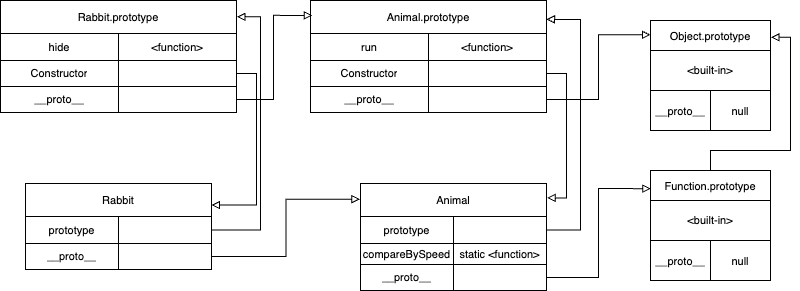
This is imgs/lab6_prob3.png from Chhunneng/CS472, a draw.io export, as it was before one commit. Source tidied: cells renumbered, new cells last; positions are measured from the earlier drawing's top-left corner, leaving out a move shared by most shapes.
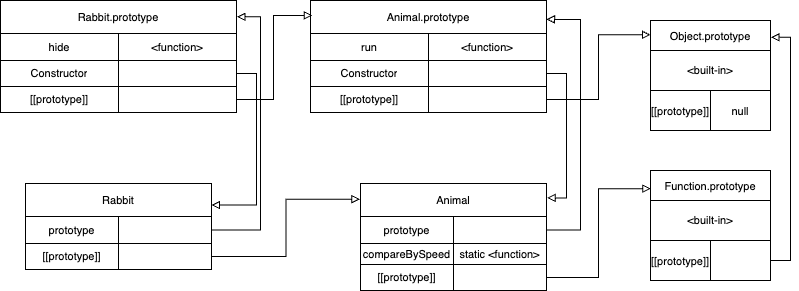
The same diagram one commit later.

What changed in the source:
```diff
@@ -14,7 +14,7 @@
     <mxCell id="5" style="shape=tableRow;horizontal=0;startSize=0;swimlaneHead=0;swimlaneBody=0;strokeColor=inherit;top=0;left=0;bottom=0;right=0;fillColor=none;fontSize=16;" parent="2" vertex="1">
       <mxGeometry y="70" width="120" height="40" as="geometry" />
     </mxCell>
-    <mxCell id="6" value="&lt;font style=&quot;font-size: 11px;&quot;&gt;__proto__&lt;/font&gt;" style="shape=partialRectangle;html=1;whiteSpace=wrap;strokeColor=inherit;overflow=hidden;fillColor=none;top=0;left=0;bottom=0;right=0;fontSize=16;" parent="5" vertex="1">
+    <mxCell id="6" value="&lt;span style=&quot;font-size: 11px;&quot;&gt;[[prototype]]&lt;/span&gt;" style="shape=partialRectangle;html=1;whiteSpace=wrap;strokeColor=inherit;overflow=hidden;fillColor=none;top=0;left=0;bottom=0;right=0;fontSize=16;" parent="5" vertex="1">
       <mxGeometry width="60" height="40" as="geometry" />
     </mxCell>
     <mxCell id="7" value="&lt;font style=&quot;font-size: 11px;&quot;&gt;null&lt;/font&gt;" style="shape=partialRectangle;html=1;whiteSpace=wrap;strokeColor=inherit;overflow=hidden;fillColor=none;top=0;left=0;bottom=0;right=0;fontSize=16;" parent="5" vertex="1">
@@ -44,7 +44,7 @@
     <mxCell id="15" style="shape=tableRow;horizontal=0;startSize=0;swimlaneHead=0;swimlaneBody=0;strokeColor=inherit;top=0;left=0;bottom=0;right=0;fillColor=none;points=[[0,0.5],[1,0.5]];portConstraint=eastwest;fontSize=11;" parent="8" vertex="1">
       <mxGeometry y="86" width="236" height="26" as="geometry" />
     </mxCell>
-    <mxCell id="16" value="__proto__" style="shape=partialRectangle;html=1;whiteSpace=wrap;strokeColor=inherit;overflow=hidden;fillColor=none;top=0;left=0;bottom=0;right=0;fontSize=11;" parent="15" vertex="1">
+    <mxCell id="16" value="[[prototype]]" style="shape=partialRectangle;html=1;whiteSpace=wrap;strokeColor=inherit;overflow=hidden;fillColor=none;top=0;left=0;bottom=0;right=0;fontSize=11;" parent="15" vertex="1">
       <mxGeometry width="118" height="26" as="geometry" />
     </mxCell>
     <mxCell id="17" style="shape=partialRectangle;html=1;whiteSpace=wrap;strokeColor=inherit;overflow=hidden;fillColor=none;top=0;left=0;bottom=0;right=0;fontSize=11;" parent="15" vertex="1">
@@ -77,7 +77,7 @@
     <mxCell id="26" style="shape=tableRow;horizontal=0;startSize=0;swimlaneHead=0;swimlaneBody=0;strokeColor=inherit;top=0;left=0;bottom=0;right=0;fillColor=none;points=[[0,0.5],[1,0.5]];portConstraint=eastwest;fontSize=11;" parent="19" vertex="1">
       <mxGeometry y="81" width="186" height="26" as="geometry" />
     </mxCell>
-    <mxCell id="27" value="__proto__" style="shape=partialRectangle;html=1;whiteSpace=wrap;strokeColor=inherit;overflow=hidden;fillColor=none;top=0;left=0;bottom=0;right=0;fontSize=11;" parent="26" vertex="1">
+    <mxCell id="27" value="[[prototype]]" style="shape=partialRectangle;html=1;whiteSpace=wrap;strokeColor=inherit;overflow=hidden;fillColor=none;top=0;left=0;bottom=0;right=0;fontSize=11;" parent="26" vertex="1">
       <mxGeometry width="93" height="26" as="geometry" />
     </mxCell>
     <mxCell id="28" style="shape=partialRectangle;html=1;whiteSpace=wrap;strokeColor=inherit;overflow=hidden;fillColor=none;top=0;left=0;bottom=0;right=0;fontSize=11;" parent="26" vertex="1">
@@ -95,10 +95,10 @@
     <mxCell id="32" style="shape=tableRow;horizontal=0;startSize=0;swimlaneHead=0;swimlaneBody=0;strokeColor=inherit;top=0;left=0;bottom=0;right=0;fillColor=none;points=[[0,0.5],[1,0.5]];portConstraint=eastwest;fontSize=16;" parent="29" vertex="1">
       <mxGeometry y="70" width="120" height="40" as="geometry" />
     </mxCell>
-    <mxCell id="33" value="&lt;font style=&quot;font-size: 11px;&quot;&gt;__proto__&lt;/font&gt;" style="shape=partialRectangle;html=1;whiteSpace=wrap;strokeColor=inherit;overflow=hidden;fillColor=none;top=0;left=0;bottom=0;right=0;fontSize=16;" parent="32" vertex="1">
+    <mxCell id="33" value="&lt;span style=&quot;font-size: 11px;&quot;&gt;[[prototype]]&lt;/span&gt;" style="shape=partialRectangle;html=1;whiteSpace=wrap;strokeColor=inherit;overflow=hidden;fillColor=none;top=0;left=0;bottom=0;right=0;fontSize=16;" parent="32" vertex="1">
       <mxGeometry width="60" height="40" as="geometry" />
     </mxCell>
-    <mxCell id="34" value="&lt;font style=&quot;font-size: 11px;&quot;&gt;null&lt;/font&gt;" style="shape=partialRectangle;html=1;whiteSpace=wrap;strokeColor=inherit;overflow=hidden;fillColor=none;top=0;left=0;bottom=0;right=0;fontSize=16;" parent="32" vertex="1">
+    <mxCell id="34" style="shape=partialRectangle;html=1;whiteSpace=wrap;strokeColor=inherit;overflow=hidden;fillColor=none;top=0;left=0;bottom=0;right=0;fontSize=16;" parent="32" vertex="1">
       <mxGeometry x="60" width="60" height="40" as="geometry" />
     </mxCell>
     <mxCell id="35" style="edgeStyle=orthogonalEdgeStyle;rounded=0;jettySize=auto;html=1;exitX=1;exitY=0.5;exitDx=0;exitDy=0;entryX=0.004;entryY=0.165;entryDx=0;entryDy=0;entryPerimeter=0;endArrow=block;endFill=0;" parent="1" edge="1" source="26" target="29">
@@ -107,7 +107,7 @@
     <mxCell id="36" style="edgeStyle=orthogonalEdgeStyle;rounded=0;jettySize=auto;html=1;exitX=1;exitY=0.5;exitDx=0;exitDy=0;entryX=1.003;entryY=0.135;entryDx=0;entryDy=0;entryPerimeter=0;endArrow=block;endFill=0;" parent="1" edge="1" source="12" target="19">
       <mxGeometry relative="1" as="geometry" />
     </mxCell>
-    <mxCell id="37" style="edgeStyle=orthogonalEdgeStyle;rounded=0;jettySize=auto;html=1;exitX=0.5;exitY=0;exitDx=0;exitDy=0;entryX=1.004;entryY=0.152;entryDx=0;entryDy=0;entryPerimeter=0;endArrow=block;endFill=0;" parent="1" edge="1" source="29" target="2">
+    <mxCell id="37" style="edgeStyle=orthogonalEdgeStyle;rounded=0;jettySize=auto;html=1;exitX=1;exitY=0.5;exitDx=0;exitDy=0;entryX=1.004;entryY=0.152;entryDx=0;entryDy=0;entryPerimeter=0;endArrow=block;endFill=0;" parent="1" edge="1" source="32" target="2">
       <mxGeometry relative="1" as="geometry" />
     </mxCell>
     <mxCell id="38" style="edgeStyle=orthogonalEdgeStyle;rounded=0;jettySize=auto;html=1;exitX=1;exitY=0.5;exitDx=0;exitDy=0;endArrow=block;endFill=0;strokeColor=default;strokeWidth=1;entryX=1;entryY=0.168;entryDx=0;entryDy=0;entryPerimeter=0;" parent="1" edge="1" source="20" target="8">
@@ -143,7 +143,7 @@
     <mxCell id="46" style="shape=tableRow;horizontal=0;startSize=0;swimlaneHead=0;swimlaneBody=0;strokeColor=inherit;top=0;left=0;bottom=0;right=0;fillColor=none;points=[[0,0.5],[1,0.5]];portConstraint=eastwest;fontSize=11;" parent="39" vertex="1">
       <mxGeometry y="86" width="236" height="26" as="geometry" />
     </mxCell>
-    <mxCell id="47" value="__proto__" style="shape=partialRectangle;html=1;whiteSpace=wrap;strokeColor=inherit;overflow=hidden;fillColor=none;top=0;left=0;bottom=0;right=0;fontSize=11;" parent="46" vertex="1">
+    <mxCell id="47" value="[[prototype]]" style="shape=partialRectangle;html=1;whiteSpace=wrap;strokeColor=inherit;overflow=hidden;fillColor=none;top=0;left=0;bottom=0;right=0;fontSize=11;" parent="46" vertex="1">
       <mxGeometry width="118" height="26" as="geometry" />
     </mxCell>
     <mxCell id="48" style="shape=partialRectangle;html=1;whiteSpace=wrap;strokeColor=inherit;overflow=hidden;fillColor=none;top=0;left=0;bottom=0;right=0;fontSize=11;" parent="46" vertex="1">
@@ -164,7 +164,7 @@
     <mxCell id="53" style="shape=tableRow;horizontal=0;startSize=0;swimlaneHead=0;swimlaneBody=0;strokeColor=inherit;top=0;left=0;bottom=0;right=0;fillColor=none;points=[[0,0.5],[1,0.5]];portConstraint=eastwest;fontSize=11;" parent="49" vertex="1">
       <mxGeometry y="60" width="186" height="26" as="geometry" />
     </mxCell>
-    <mxCell id="54" value="__proto__" style="shape=partialRectangle;html=1;whiteSpace=wrap;strokeColor=inherit;overflow=hidden;fillColor=none;top=0;left=0;bottom=0;right=0;fontSize=11;" parent="53" vertex="1">
+    <mxCell id="54" value="[[prototype]]" style="shape=partialRectangle;html=1;whiteSpace=wrap;strokeColor=inherit;overflow=hidden;fillColor=none;top=0;left=0;bottom=0;right=0;fontSize=11;" parent="53" vertex="1">
       <mxGeometry width="93" height="26" as="geometry" />
     </mxCell>
     <mxCell id="55" style="shape=partialRectangle;html=1;whiteSpace=wrap;strokeColor=inherit;overflow=hidden;fillColor=none;top=0;left=0;bottom=0;right=0;fontSize=11;" parent="53" vertex="1">
```
